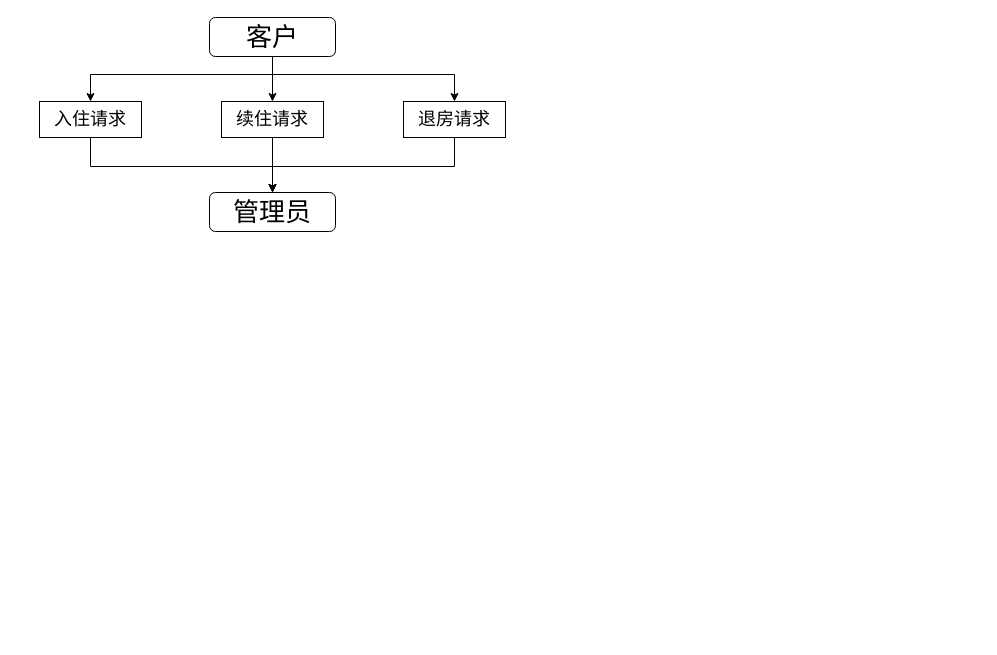
This is 数据库需求分析.drawio from IRiDecenT/graph, a draw.io file, before an edit. Source tidied: cells renumbered, new cells numbered last; positions are measured from the earlier drawing's top-left corner, leaving out a move shared by most shapes. Both pictures are drawn from the tidied source at 100%, with x=0, y=0 at pixel (39, 17).
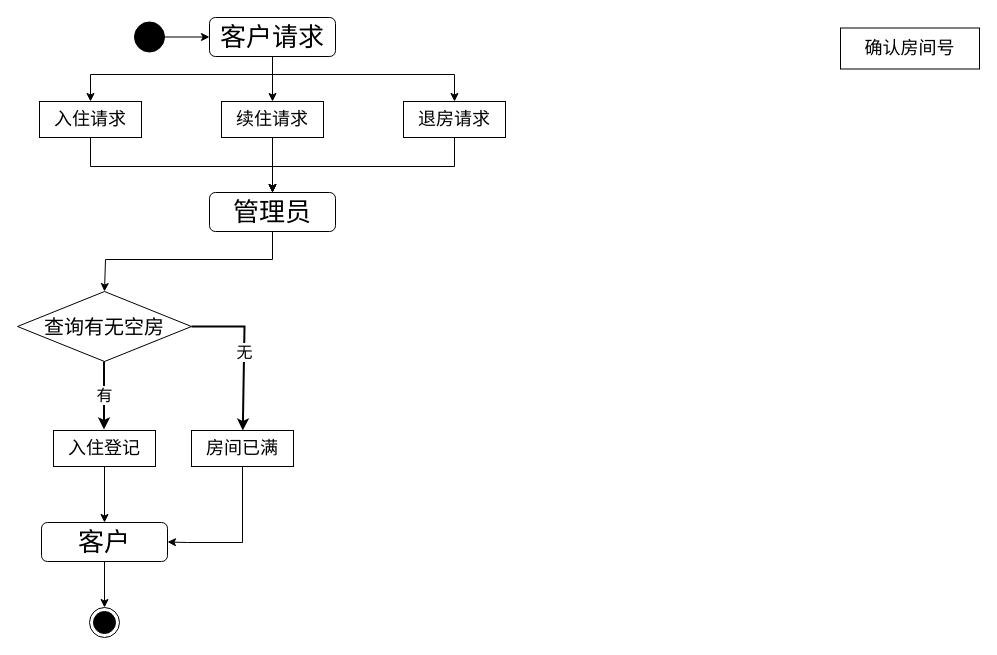
After the change.

Commit message (it also covers changes not shown here):
更新数据库需求分析.drawio

Unchanged cells that the change refers to:
```xml
<mxCell id="12" value="&lt;font style=&quot;font-size: 26px;&quot;&gt;管理员&lt;/font&gt;" style="rounded=1;whiteSpace=wrap;html=1;" parent="1" vertex="1">
  <mxGeometry x="170" y="175" width="126" height="39" as="geometry" />
</mxCell>
```

The edit, as a diff of the source:
```diff
@@
-    <mxCell id="5" value="&lt;font style=&quot;font-size: 26px;&quot;&gt;客户&lt;/font&gt;" style="rounded=1;whiteSpace=wrap;html=1;" parent="1" vertex="1">
+    <mxCell id="5" value="&lt;font style=&quot;font-size: 26px;&quot;&gt;客户请求&lt;/font&gt;" style="rounded=1;whiteSpace=wrap;html=1;" parent="1" vertex="1">
       <mxGeometry x="170" width="126" height="39" as="geometry" />
     </mxCell>
@@
+    <mxCell id="13" style="edgeStyle=orthogonalEdgeStyle;rounded=0;jettySize=auto;html=1;entryX=0.5;entryY=0;entryDx=0;entryDy=0;" parent="1" edge="1" source="12" target="14">
+      <mxGeometry relative="1" as="geometry">
+        <Array as="points">
+          <mxPoint x="233" y="242" />
+          <mxPoint x="66" y="242" />
+        </Array>
+      </mxGeometry>
+    </mxCell>
@@
+    <mxCell id="14" value="&lt;font style=&quot;font-size: 20px;&quot;&gt;查询有无空房&lt;/font&gt;" style="rhombus;whiteSpace=wrap;html=1;" parent="1" vertex="1">
+      <mxGeometry x="-22" y="274" width="174" height="70" as="geometry" />
+    </mxCell>
+    <mxCell id="15" value="&lt;span style=&quot;font-size: 18px;&quot;&gt;确认房间号&lt;/span&gt;" style="rounded=0;whiteSpace=wrap;html=1;" parent="1" vertex="1">
+      <mxGeometry x="801" y="10.5" width="139" height="41" as="geometry" />
+    </mxCell>
+    <mxCell id="16" style="endArrow=classic;html=1;rounded=0;strokeWidth=2;" parent="1" edge="1" target="21">
+      <mxGeometry relative="1" as="geometry">
+        <mxPoint x="152" y="309" as="sourcePoint" />
+        <Array as="points">
+          <mxPoint x="205" y="309" />
+        </Array>
+      </mxGeometry>
+    </mxCell>
+    <mxCell id="17" value="无" style="edgeLabel;html=1;align=center;verticalAlign=middle;fontSize=16;" parent="16" vertex="1">
+      <mxGeometry relative="1" as="geometry" />
+    </mxCell>
+    <mxCell id="18" style="edgeStyle=orthogonalEdgeStyle;rounded=0;jettySize=auto;html=1;" parent="1" edge="1" source="19" target="5">
+      <mxGeometry relative="1" as="geometry" />
+    </mxCell>
+    <mxCell id="19" style="ellipse;fillColor=strokeColor;html=1;" parent="1" vertex="1">
+      <mxGeometry x="95" y="4.5" width="30" height="30" as="geometry" />
+    </mxCell>
+    <mxCell id="20" style="edgeStyle=orthogonalEdgeStyle;rounded=0;jettySize=auto;html=1;entryX=1;entryY=0.5;entryDx=0;entryDy=0;" parent="1" edge="1" source="21" target="27">
+      <mxGeometry relative="1" as="geometry">
+        <Array as="points">
+          <mxPoint x="203" y="525" />
+          <mxPoint x="148" y="525" />
+        </Array>
+      </mxGeometry>
+    </mxCell>
+    <mxCell id="21" value="&lt;span style=&quot;font-size: 18px;&quot;&gt;房间已满&lt;/span&gt;" style="rounded=0;whiteSpace=wrap;html=1;" parent="1" vertex="1">
+      <mxGeometry x="152" y="413" width="102" height="36" as="geometry" />
+    </mxCell>
+    <mxCell id="22" value="&lt;font style=&quot;font-size: 16px;&quot;&gt;有&lt;/font&gt;" style="endArrow=classic;html=1;rounded=0;strokeWidth=2;" parent="1" edge="1">
+      <mxGeometry relative="1" as="geometry">
+        <mxPoint x="64.5" y="344" as="sourcePoint" />
+        <mxPoint x="64.5" y="412" as="targetPoint" />
+      </mxGeometry>
+    </mxCell>
+    <mxCell id="23" style="edgeStyle=orthogonalEdgeStyle;rounded=0;jettySize=auto;html=1;" parent="1" edge="1" source="24" target="27">
+      <mxGeometry relative="1" as="geometry" />
+    </mxCell>
+    <mxCell id="24" value="&lt;span style=&quot;font-size: 18px;&quot;&gt;入住登记&lt;/span&gt;" style="rounded=0;whiteSpace=wrap;html=1;" parent="1" vertex="1">
+      <mxGeometry x="14" y="413" width="102" height="36" as="geometry" />
+    </mxCell>
+    <mxCell id="25" style="ellipse;html=1;shape=endState;fillColor=strokeColor;" parent="1" vertex="1">
+      <mxGeometry x="50" y="590" width="30" height="30" as="geometry" />
+    </mxCell>
+    <mxCell id="26" style="edgeStyle=orthogonalEdgeStyle;rounded=0;jettySize=auto;html=1;" parent="1" edge="1" source="27" target="25">
+      <mxGeometry relative="1" as="geometry" />
+    </mxCell>
+    <mxCell id="27" value="&lt;font style=&quot;font-size: 26px;&quot;&gt;客户&lt;/font&gt;" style="rounded=1;whiteSpace=wrap;html=1;" parent="1" vertex="1">
+      <mxGeometry x="2" y="505" width="126" height="39" as="geometry" />
+    </mxCell>
```
